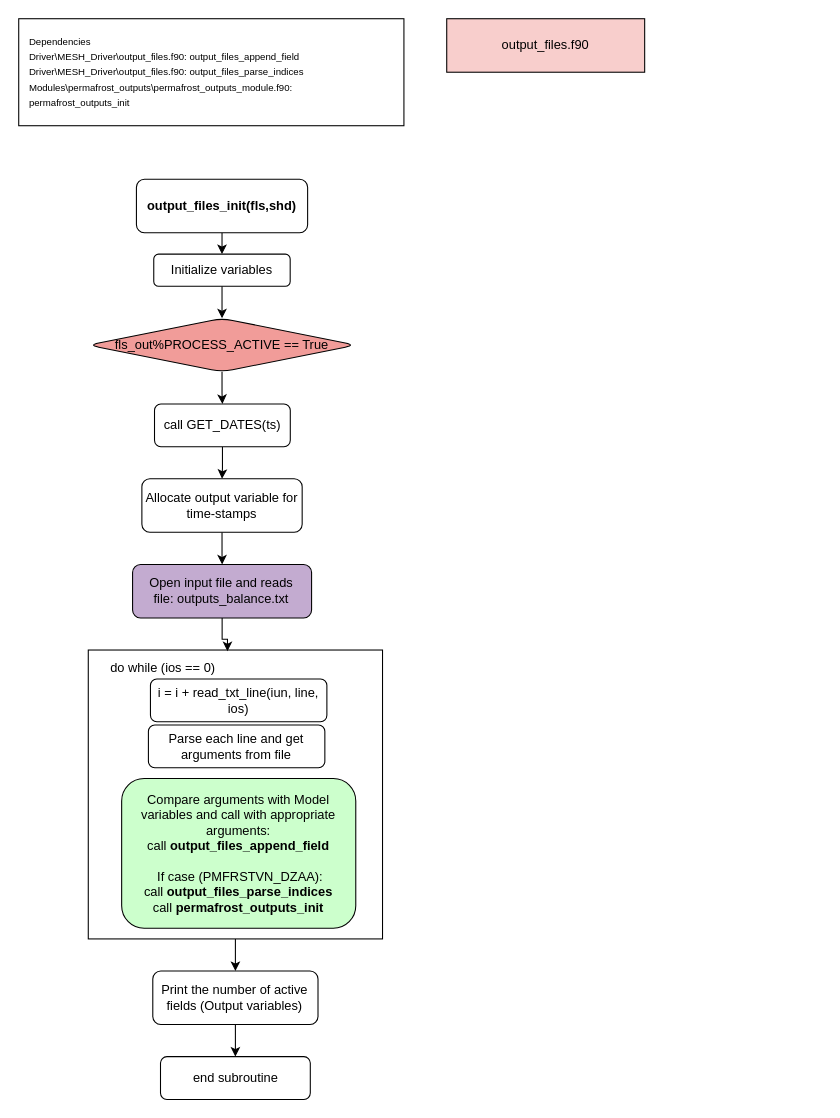
Above: output_files.drawio in MeshMapping/r1813_Mappings (draw.io), before the change. Source tidied: cells renumbered, new cells numbered last; positions are measured from the earlier drawing's top-left corner, leaving out a move shared by most shapes. Both pictures are drawn from the tidied source at 107%, with x=0, y=0 at pixel (18, 18).
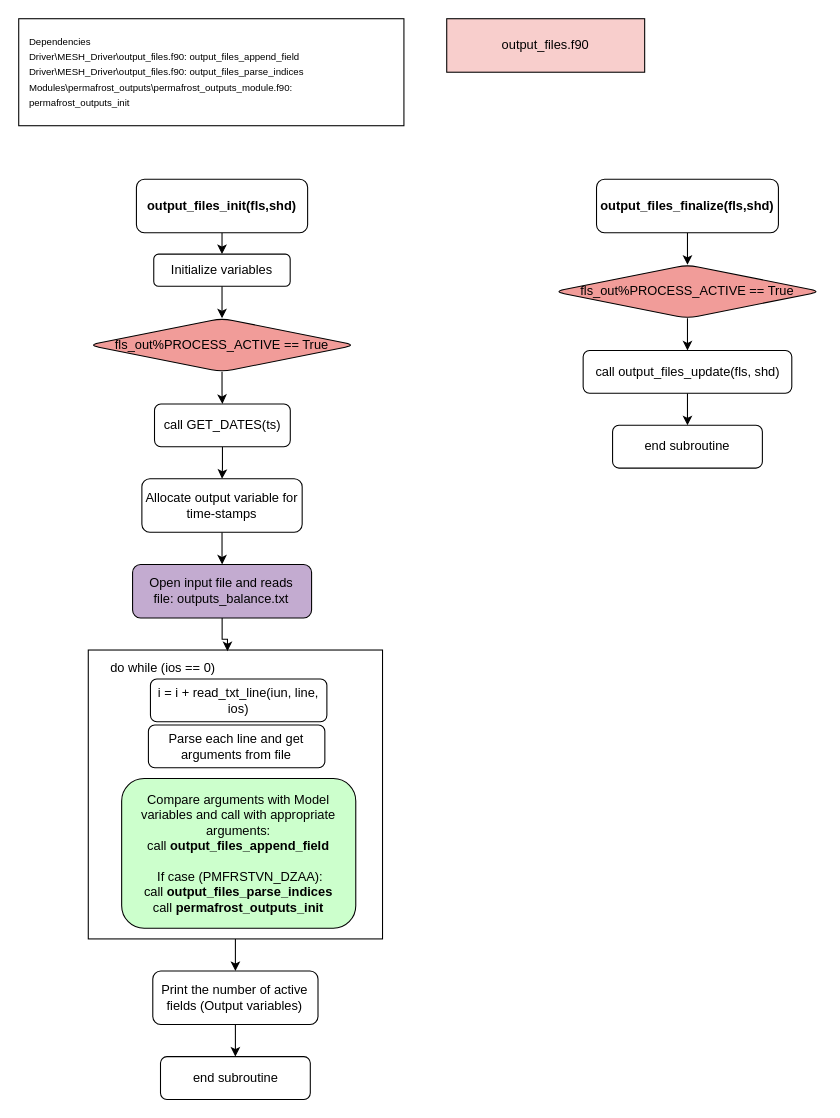
After the change.

Diff of the diagram source:
```diff
@@
+    <mxCell id="27" style="edgeStyle=orthogonalEdgeStyle;rounded=0;jettySize=auto;html=1;" parent="1" edge="1" source="28" target="30">
+      <mxGeometry relative="1" as="geometry" />
+    </mxCell>
+    <mxCell id="28" value="&lt;b&gt;output_files_finalize(fls,shd)&lt;/b&gt;" style="rounded=1;whiteSpace=wrap;html=1;" parent="1" vertex="1">
+      <mxGeometry x="540" y="150" width="170" height="50" as="geometry" />
+    </mxCell>
+    <mxCell id="29" style="edgeStyle=orthogonalEdgeStyle;rounded=0;jettySize=auto;html=1;" parent="1" edge="1" source="30" target="32">
+      <mxGeometry relative="1" as="geometry" />
+    </mxCell>
+    <mxCell id="30" value="&lt;div&gt;fls_out%PROCESS_ACTIVE == True&lt;/div&gt;" style="rhombus;whiteSpace=wrap;html=1;rounded=1;fillColor=#F19C99;" parent="1" vertex="1">
+      <mxGeometry x="500" y="230" width="250" height="50" as="geometry" />
+    </mxCell>
+    <mxCell id="31" style="edgeStyle=orthogonalEdgeStyle;rounded=0;jettySize=auto;html=1;" parent="1" edge="1" source="32" target="33">
+      <mxGeometry relative="1" as="geometry" />
+    </mxCell>
+    <mxCell id="32" value="call output_files_update(fls, shd)" style="whiteSpace=wrap;html=1;fillColor=#FFFFFF;rounded=1;" parent="1" vertex="1">
+      <mxGeometry x="527.5" y="310" width="195" height="40" as="geometry" />
+    </mxCell>
+    <mxCell id="33" value="end subroutine" style="whiteSpace=wrap;html=1;rounded=1;" parent="1" vertex="1">
+      <mxGeometry x="555" y="380" width="140" height="40" as="geometry" />
+    </mxCell>
```
